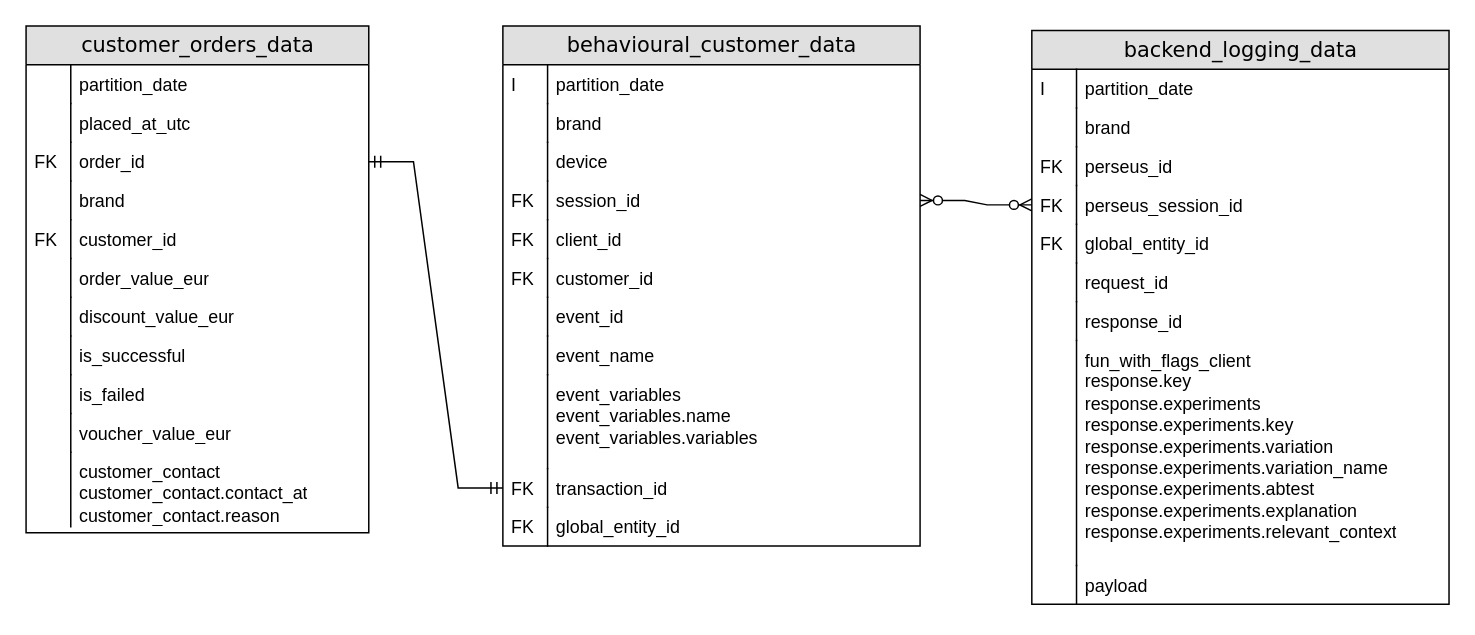
domenicoboris89/Diagrams keeps this draw.io diagram as page "Given Entities" (1 of 5) of delivery hero.drawio. Above is the earlier version. Source tidied: cells renumbered, new cells numbered last; positions are measured from the earlier drawing's top-left corner, leaving out a move shared by most shapes. Both pictures are drawn from the tidied source at 149%, with x=0, y=0 at pixel (25, 25).
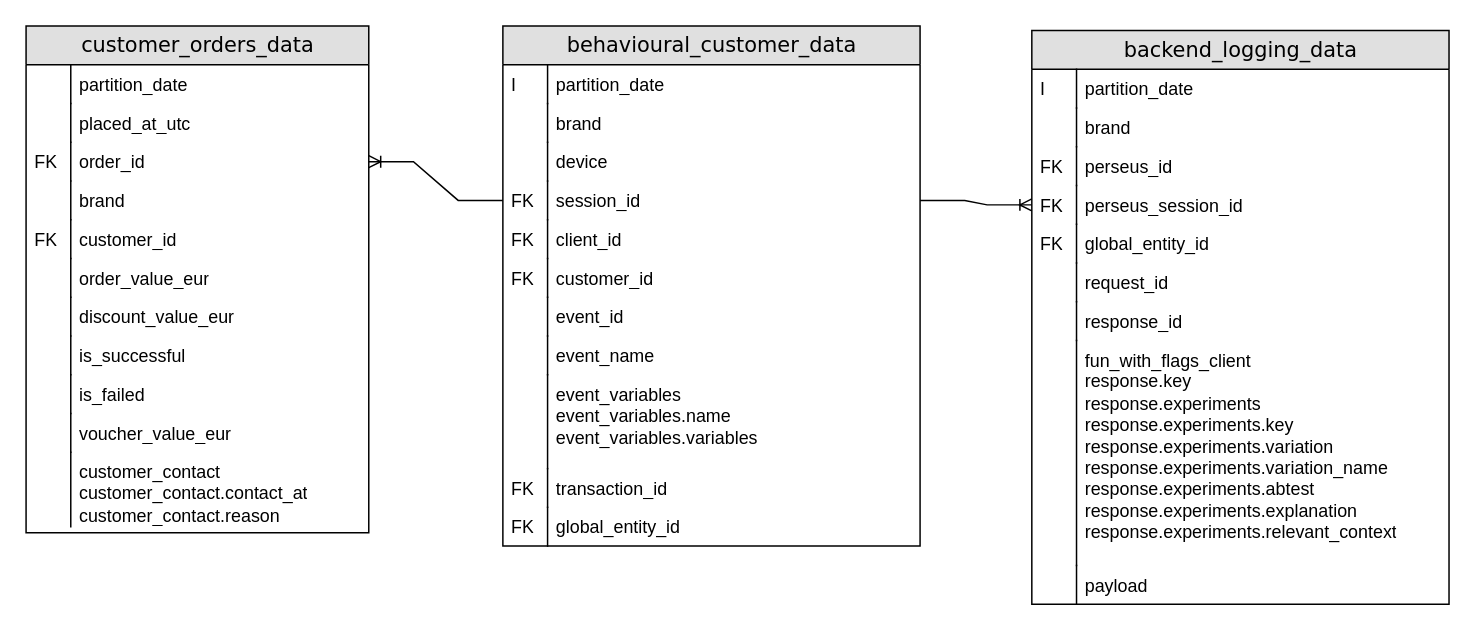
The same page after the edit.

Unchanged cells that the change refers to:
```xml
<mxCell id="9" value="session_id" style="shape=partialRectangle;top=0;left=0;right=0;bottom=0;html=1;align=left;verticalAlign=top;fillColor=none;spacingLeft=34;spacingRight=4;whiteSpace=wrap;overflow=hidden;points=[[0,0.5],[1,0.5]];portConstraint=eastwest;" parent="2" vertex="1">
  <mxGeometry y="104" width="280" height="26" as="geometry" />
</mxCell>
<mxCell id="21" value="transaction_id" style="shape=partialRectangle;top=0;left=0;right=0;bottom=0;html=1;align=left;verticalAlign=top;fillColor=none;spacingLeft=34;spacingRight=4;whiteSpace=wrap;overflow=hidden;points=[[0,0.5],[1,0.5]];portConstraint=eastwest;" parent="2" vertex="1">
  <mxGeometry y="297" width="280" height="26" as="geometry" />
</mxCell>
<mxCell id="32" value="perseus_session_id" style="shape=partialRectangle;top=0;left=0;right=0;bottom=0;html=1;align=left;verticalAlign=top;fillColor=none;spacingLeft=34;spacingRight=4;whiteSpace=wrap;overflow=hidden;points=[[0,0.5],[1,0.5]];portConstraint=eastwest;" parent="25" vertex="1">
  <mxGeometry y="104" width="280" height="26" as="geometry" />
</mxCell>
<mxCell id="49" value="order_id" style="shape=partialRectangle;top=0;left=0;right=0;bottom=0;html=1;align=left;verticalAlign=top;fillColor=none;spacingLeft=34;spacingRight=4;whiteSpace=wrap;overflow=hidden;points=[[0,0.5],[1,0.5]];portConstraint=eastwest;" parent="44" vertex="1">
  <mxGeometry y="78" width="230" height="26" as="geometry" />
</mxCell>
```

Diff of the diagram source:
```diff
@@
-    <mxCell id="67" style="edgeStyle=entityRelationEdgeStyle;fontSize=12;html=1;endArrow=ERzeroToMany;endFill=1;startArrow=ERzeroToMany;rounded=0;entryX=0;entryY=0.5;entryDx=0;entryDy=0;exitX=1;exitY=0.5;exitDx=0;exitDy=0;" parent="1" edge="1" source="9" target="32">
+    <mxCell id="67" style="edgeStyle=entityRelationEdgeStyle;fontSize=12;html=1;endArrow=ERoneToMany;rounded=0;exitX=1;exitY=0.5;exitDx=0;exitDy=0;entryX=0;entryY=0.5;entryDx=0;entryDy=0;" parent="1" edge="1" source="9" target="32">
       <mxGeometry relative="1" as="geometry" />
     </mxCell>
-    <mxCell id="68" style="edgeStyle=entityRelationEdgeStyle;fontSize=12;html=1;endArrow=ERmandOne;startArrow=ERmandOne;rounded=0;entryX=1;entryY=0.5;entryDx=0;entryDy=0;" parent="1" edge="1" source="21" target="49">
-      <mxGeometry relative="1" as="geometry" />
-    </mxCell>
+    <mxCell id="69" style="edgeStyle=entityRelationEdgeStyle;fontSize=12;html=1;endArrow=ERoneToMany;rounded=0;entryX=1;entryY=0.5;entryDx=0;entryDy=0;" parent="1" edge="1" source="9" target="49">
+      <mxGeometry relative="1" as="geometry" />
+    </mxCell>
```
